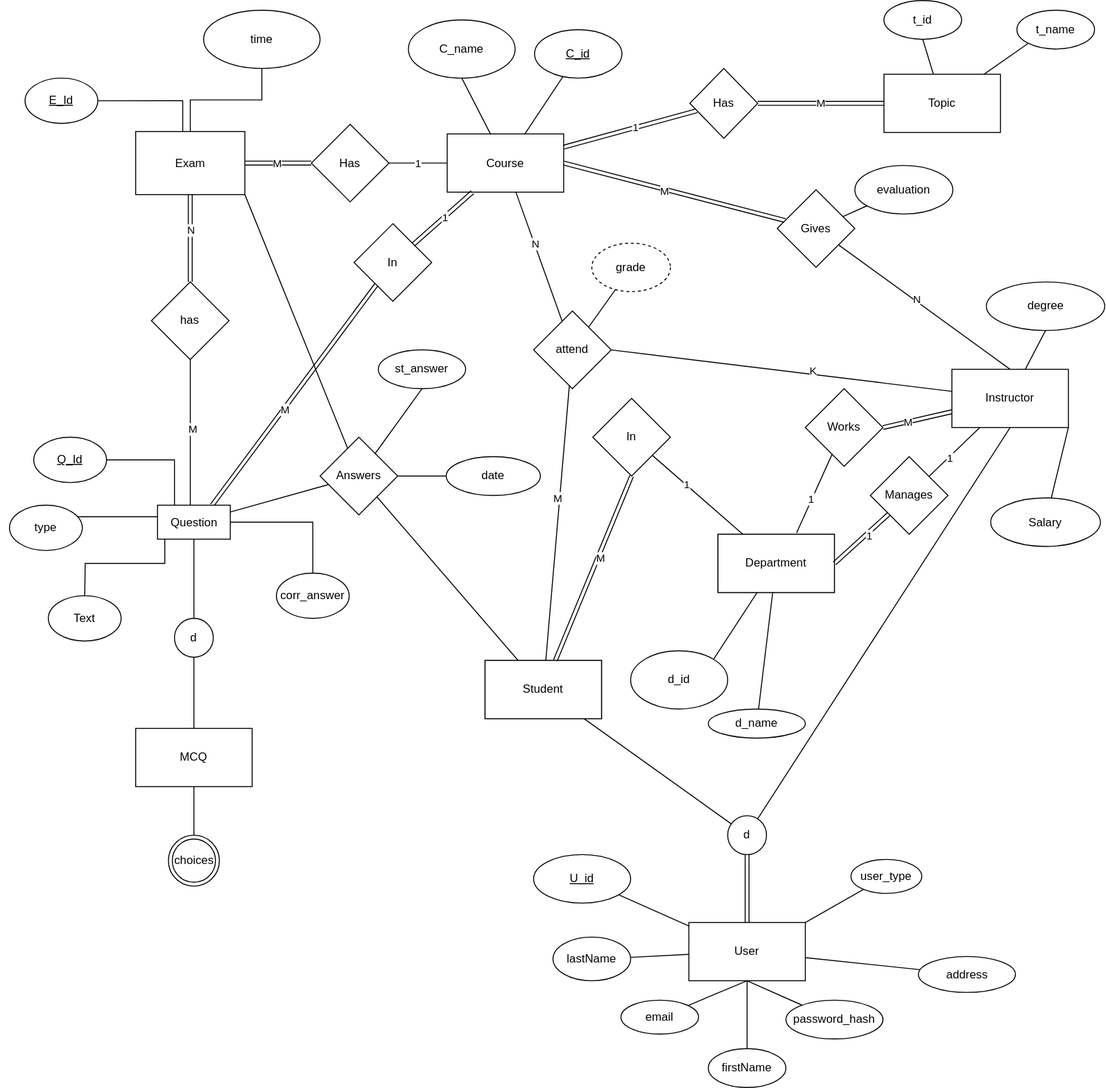
Above: ERD.drawio.svg in abdo1819/Examination-system (draw.io), before the change. Source tidied: cells renumbered, new cells last; positions are measured from the earlier drawing's top-left corner, leaving out a move shared by most shapes.
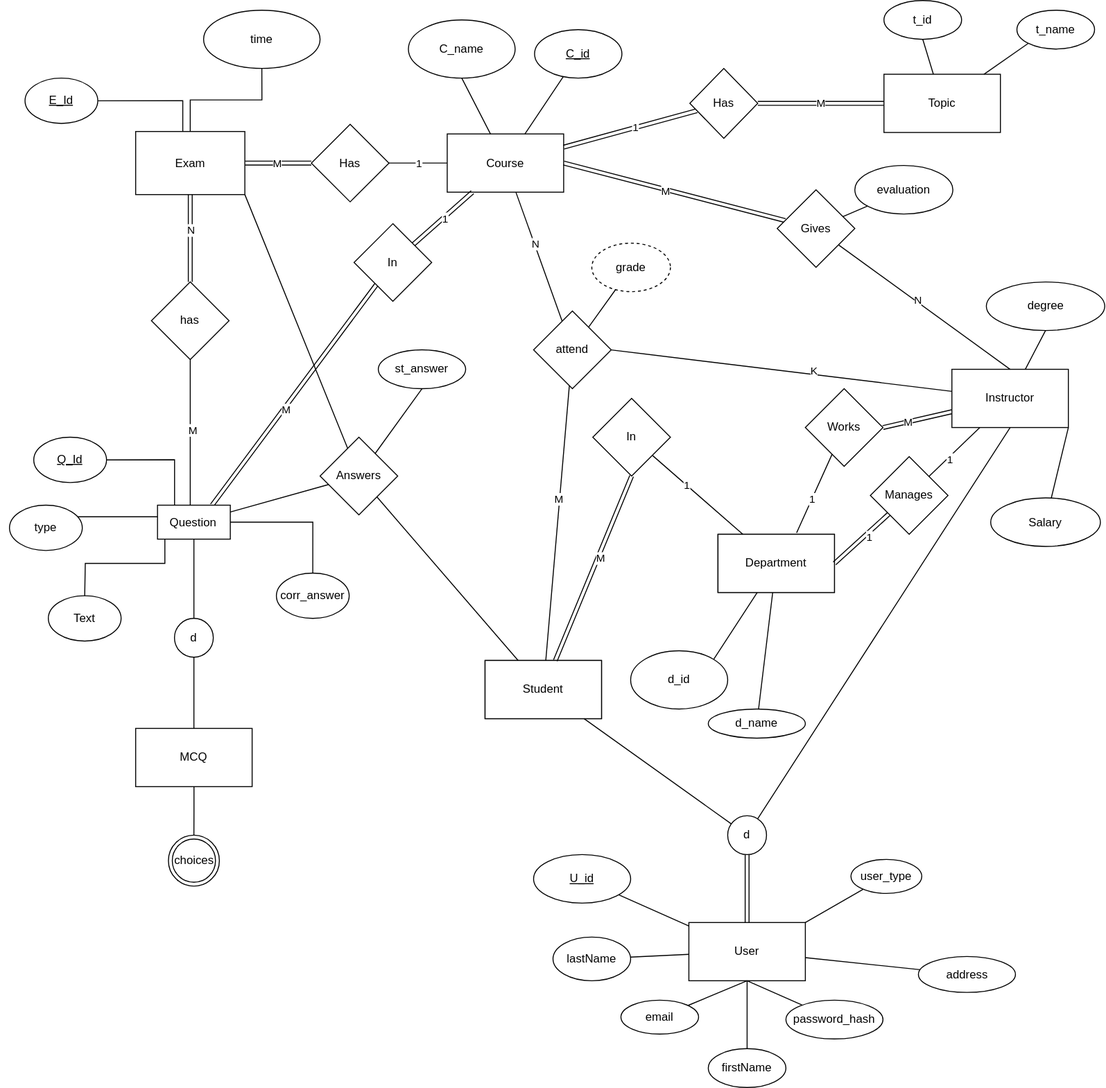
After the commit.

Commit message:
remove date from answer

Change to the diagram source:
```diff
@@ -323,12 +323,6 @@
     <mxCell id="101" value="Has" style="rhombus;whiteSpace=wrap;html=1;" parent="1" vertex="1">
       <mxGeometry x="710" y="70" width="70" height="72" as="geometry" />
     </mxCell>
-    <mxCell id="102" value="date" style="ellipse;whiteSpace=wrap;html=1;" parent="1" vertex="1">
-      <mxGeometry x="459" y="470" width="97" height="40" as="geometry" />
-    </mxCell>
-    <mxCell id="103" style="edgeStyle=orthogonalEdgeStyle;rounded=0;jettySize=auto;html=1;entryX=0;entryY=0.5;entryDx=0;entryDy=0;endArrow=none;endFill=0;" parent="1" edge="1" source="117" target="102">
-      <mxGeometry relative="1" as="geometry" />
-    </mxCell>
     <mxCell id="104" style="edgeStyle=orthogonalEdgeStyle;rounded=0;jettySize=auto;html=1;endArrow=none;endFill=0;" parent="1" edge="1" source="105" target="108">
       <mxGeometry relative="1" as="geometry" />
     </mxCell>
```
